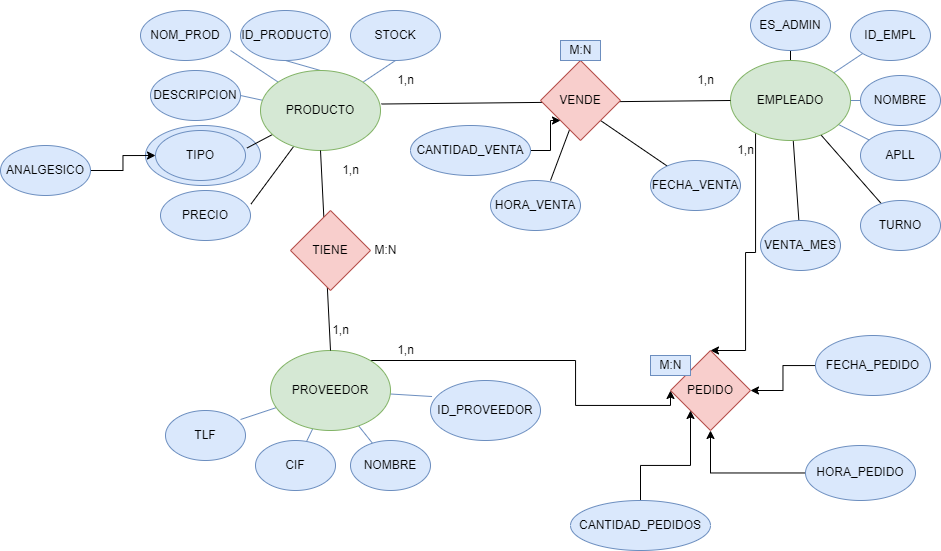
This is Documentacion/MER.png from JunZH0/proyectoIntegradorUEM, a draw.io export, as it was before one commit. Source tidied: cells renumbered, new cells last; positions are measured from the earlier drawing's top-left corner, leaving out a move shared by most shapes.
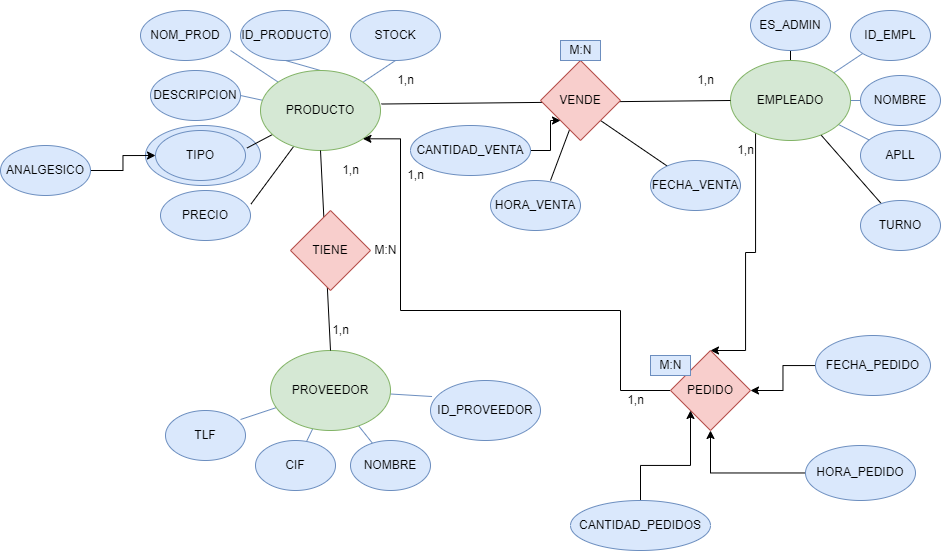
After the commit.

Commit message:
MER actualizado según indicaciones de Pilar

The edit, as a diff of the source:
```diff
@@ -41,9 +41,6 @@
     <mxCell id="14" style="edgeStyle=none;rounded=0;jettySize=auto;html=1;endArrow=none;endFill=0;" parent="1" edge="1" source="17" target="41">
       <mxGeometry relative="1" as="geometry" />
     </mxCell>
-    <mxCell id="15" style="edgeStyle=none;rounded=0;jettySize=auto;html=1;endArrow=none;endFill=0;" parent="1" edge="1" source="17" target="43">
-      <mxGeometry relative="1" as="geometry" />
-    </mxCell>
     <mxCell id="16" style="edgeStyle=orthogonalEdgeStyle;rounded=0;jettySize=auto;html=1;entryX=0.5;entryY=0;entryDx=0;entryDy=0;" parent="1" edge="1" source="17" target="54">
       <mxGeometry relative="1" as="geometry">
         <Array as="points">
@@ -67,14 +64,6 @@
     <mxCell id="21" style="edgeStyle=none;rounded=0;jettySize=auto;html=1;entryX=0.938;entryY=0.18;entryDx=0;entryDy=0;entryPerimeter=0;endArrow=none;endFill=0;fillColor=#dae8fc;strokeColor=#6c8ebf;" parent="1" edge="1" source="23" target="53">
       <mxGeometry relative="1" as="geometry" />
     </mxCell>
-    <mxCell id="22" style="edgeStyle=orthogonalEdgeStyle;rounded=0;jettySize=auto;html=1;entryX=0;entryY=0.5;entryDx=0;entryDy=0;" parent="1" edge="1" source="23" target="54">
-      <mxGeometry relative="1" as="geometry">
-        <Array as="points">
-          <mxPoint x="575" y="360" />
-          <mxPoint x="575" y="405" />
-        </Array>
-      </mxGeometry>
-    </mxCell>
     <mxCell id="23" value="PROVEEDOR" style="ellipse;whiteSpace=wrap;html=1;fillColor=#d5e8d4;strokeColor=#82b366;" parent="1" vertex="1">
       <mxGeometry x="270" y="350" width="120" height="80" as="geometry" />
     </mxCell>
@@ -137,9 +126,6 @@
     <mxCell id="42" value="ES_ADMIN" style="ellipse;whiteSpace=wrap;html=1;fillColor=#dae8fc;strokeColor=#6c8ebf;" parent="1" vertex="1">
       <mxGeometry x="750" width="80" height="50" as="geometry" />
     </mxCell>
-    <mxCell id="43" value="VENTA_MES" style="ellipse;whiteSpace=wrap;html=1;fillColor=#dae8fc;strokeColor=#6c8ebf;" parent="1" vertex="1">
-      <mxGeometry x="760" y="220" width="80" height="50" as="geometry" />
-    </mxCell>
     <mxCell id="44" value="ID_PRODUCTO" style="ellipse;whiteSpace=wrap;html=1;fillColor=#dae8fc;strokeColor=#6c8ebf;" parent="1" vertex="1">
       <mxGeometry x="240" y="10" width="90" height="50" as="geometry" />
     </mxCell>
@@ -170,6 +156,16 @@
     <mxCell id="53" value="TLF" style="ellipse;whiteSpace=wrap;html=1;fillColor=#dae8fc;strokeColor=#6c8ebf;" parent="1" vertex="1">
       <mxGeometry x="165" y="410" width="80" height="50" as="geometry" />
     </mxCell>
+    <mxCell id="68" style="edgeStyle=orthogonalEdgeStyle;rounded=0;jettySize=auto;html=1;entryX=1;entryY=1;entryDx=0;entryDy=0;" parent="1" edge="1" source="54" target="9">
+      <mxGeometry relative="1" as="geometry">
+        <Array as="points">
+          <mxPoint x="620" y="390" />
+          <mxPoint x="620" y="310" />
+          <mxPoint x="400" y="310" />
+          <mxPoint x="400" y="138" />
+        </Array>
+      </mxGeometry>
+    </mxCell>
     <mxCell id="54" value="PEDIDO" style="rhombus;whiteSpace=wrap;html=1;fillColor=#f8cecc;strokeColor=#b85450;" parent="1" vertex="1">
       <mxGeometry x="670" y="350" width="80" height="80" as="geometry" />
     </mxCell>
@@ -186,7 +182,7 @@
       <mxGeometry x="805" y="445" width="110" height="55" as="geometry" />
     </mxCell>
     <mxCell id="59" value="1,n" style="text;html=1;align=center;verticalAlign=middle;strokeColor=none;fillColor=none;" parent="1" vertex="1">
-      <mxGeometry x="390" y="340" width="30" height="20" as="geometry" />
+      <mxGeometry x="400" y="165" width="30" height="20" as="geometry" />
     </mxCell>
     <mxCell id="60" value="1,n" style="text;html=1;align=center;verticalAlign=middle;strokeColor=none;fillColor=none;" parent="1" vertex="1">
       <mxGeometry x="730" y="140" width="30" height="20" as="geometry" />
@@ -212,5 +208,8 @@
     <mxCell id="67" value="ANALGESICO" style="ellipse;whiteSpace=wrap;html=1;fillColor=#dae8fc;strokeColor=#6c8ebf;" parent="1" vertex="1">
       <mxGeometry y="145" width="90" height="50" as="geometry" />
     </mxCell>
+    <mxCell id="69" value="1,n" style="text;html=1;align=center;verticalAlign=middle;strokeColor=none;fillColor=none;" parent="1" vertex="1">
+      <mxGeometry x="620" y="390" width="30" height="20" as="geometry" />
+    </mxCell>
   </root>
 </mxGraphModel>
```
